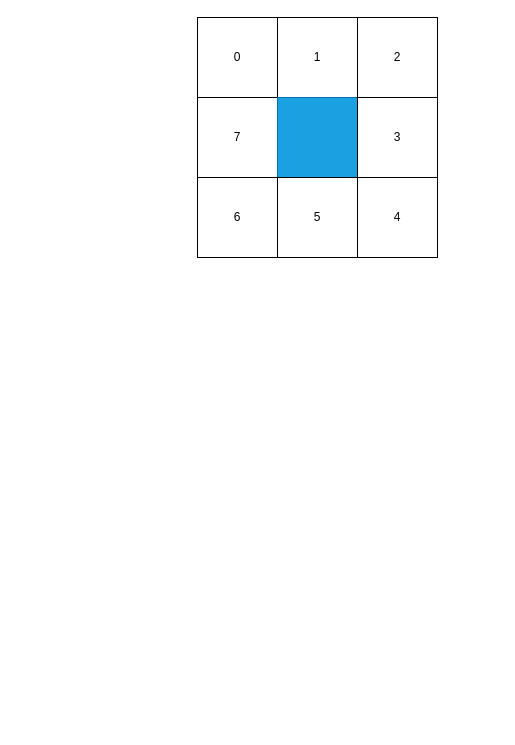
This is map/map.drawio from CoffeeSwt/digtal-life, a draw.io file, before an edit. Source tidied: cells renumbered, new cells numbered last; positions are measured from the earlier drawing's top-left corner, leaving out a move shared by most shapes. Both pictures are drawn from the tidied source at 100%, with x=0, y=0 at pixel (197, 17).
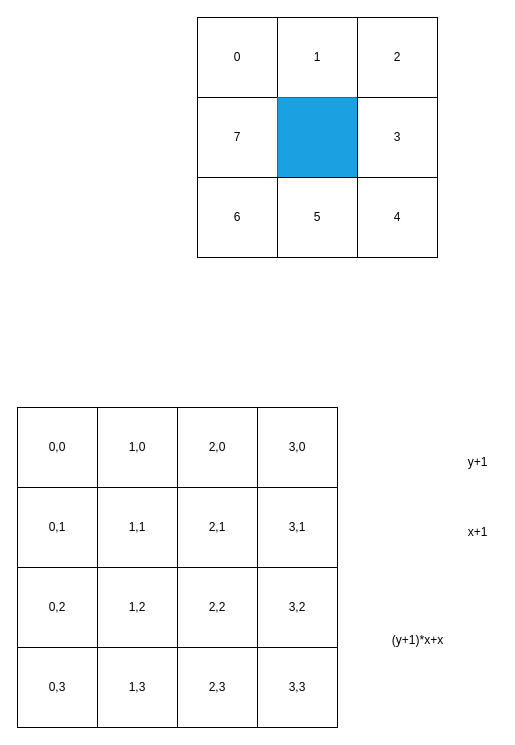
The same diagram, later.

The edit, as a diff of the source:
```diff
@@
+    <mxCell id="12" value="0,0&lt;br&gt;" style="whiteSpace=wrap;html=1;" parent="1" vertex="1">
+      <mxGeometry x="-180" y="390" width="80" height="80" as="geometry" />
+    </mxCell>
+    <mxCell id="13" value="1,0" style="whiteSpace=wrap;html=1;" parent="1" vertex="1">
+      <mxGeometry x="-100" y="390" width="80" height="80" as="geometry" />
+    </mxCell>
+    <mxCell id="14" value="0,1" style="whiteSpace=wrap;html=1;" parent="1" vertex="1">
+      <mxGeometry x="-180" y="470" width="80" height="80" as="geometry" />
+    </mxCell>
+    <mxCell id="15" value="1,1" style="whiteSpace=wrap;html=1;" parent="1" vertex="1">
+      <mxGeometry x="-100" y="470" width="80" height="80" as="geometry" />
+    </mxCell>
+    <mxCell id="16" value="2,1" style="whiteSpace=wrap;html=1;" parent="1" vertex="1">
+      <mxGeometry x="-20" y="470" width="80" height="80" as="geometry" />
+    </mxCell>
+    <mxCell id="17" value="2,0" style="whiteSpace=wrap;html=1;" parent="1" vertex="1">
+      <mxGeometry x="-20" y="390" width="80" height="80" as="geometry" />
+    </mxCell>
+    <mxCell id="18" value="0,2" style="whiteSpace=wrap;html=1;" parent="1" vertex="1">
+      <mxGeometry x="-180" y="550" width="80" height="80" as="geometry" />
+    </mxCell>
+    <mxCell id="19" value="1,2" style="whiteSpace=wrap;html=1;" parent="1" vertex="1">
+      <mxGeometry x="-100" y="550" width="80" height="80" as="geometry" />
+    </mxCell>
+    <mxCell id="20" value="2,2" style="whiteSpace=wrap;html=1;" parent="1" vertex="1">
+      <mxGeometry x="-20" y="550" width="80" height="80" as="geometry" />
+    </mxCell>
+    <mxCell id="21" value="3,0" style="whiteSpace=wrap;html=1;" parent="1" vertex="1">
+      <mxGeometry x="60" y="390" width="80" height="80" as="geometry" />
+    </mxCell>
+    <mxCell id="22" value="3,1" style="whiteSpace=wrap;html=1;" parent="1" vertex="1">
+      <mxGeometry x="60" y="470" width="80" height="80" as="geometry" />
+    </mxCell>
+    <mxCell id="23" value="3,2" style="whiteSpace=wrap;html=1;" parent="1" vertex="1">
+      <mxGeometry x="60" y="550" width="80" height="80" as="geometry" />
+    </mxCell>
+    <mxCell id="24" value="0,3" style="whiteSpace=wrap;html=1;" parent="1" vertex="1">
+      <mxGeometry x="-180" y="630" width="80" height="80" as="geometry" />
+    </mxCell>
+    <mxCell id="25" value="1,3" style="whiteSpace=wrap;html=1;" parent="1" vertex="1">
+      <mxGeometry x="-100" y="630" width="80" height="80" as="geometry" />
+    </mxCell>
+    <mxCell id="26" value="2,3" style="whiteSpace=wrap;html=1;" parent="1" vertex="1">
+      <mxGeometry x="-20" y="630" width="80" height="80" as="geometry" />
+    </mxCell>
+    <mxCell id="27" value="3,3" style="whiteSpace=wrap;html=1;" parent="1" vertex="1">
+      <mxGeometry x="60" y="630" width="80" height="80" as="geometry" />
+    </mxCell>
+    <mxCell id="28" value="y+1" style="text;html=1;align=center;verticalAlign=middle;strokeColor=none;fillColor=none;" parent="1" vertex="1">
+      <mxGeometry x="260" y="430" width="40" height="30" as="geometry" />
+    </mxCell>
+    <mxCell id="29" value="x+1" style="text;html=1;align=center;verticalAlign=middle;strokeColor=none;fillColor=none;" parent="1" vertex="1">
+      <mxGeometry x="260" y="500" width="40" height="30" as="geometry" />
+    </mxCell>
+    <mxCell id="30" value="(y+1)*x+x" style="text;html=1;align=center;verticalAlign=middle;strokeColor=none;fillColor=none;" parent="1" vertex="1">
+      <mxGeometry x="185" y="608" width="70" height="30" as="geometry" />
+    </mxCell>
```
